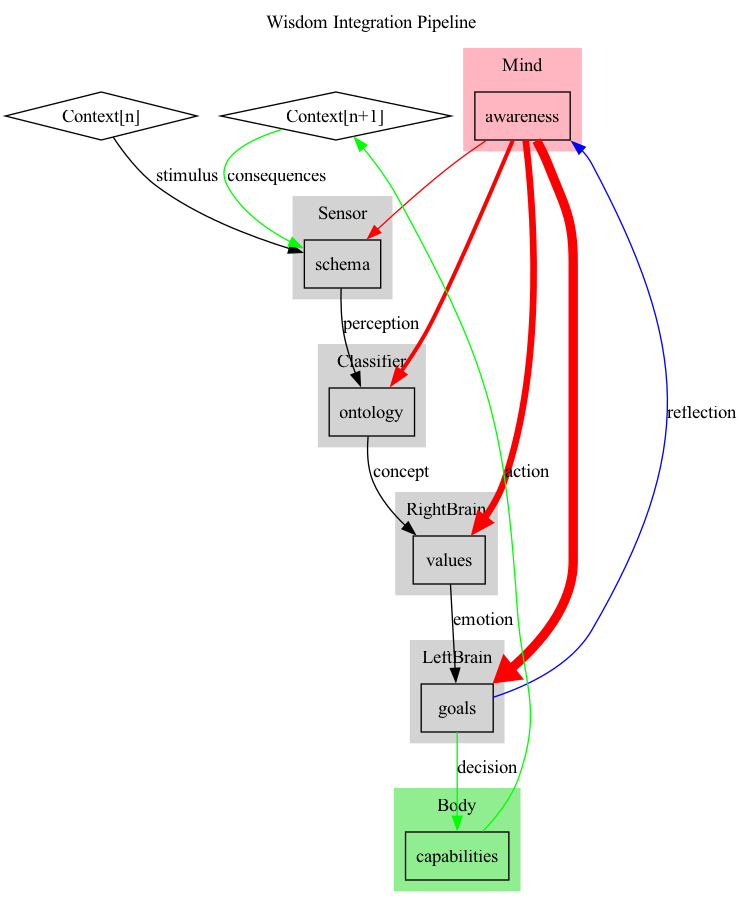
Above: doc/wisdom/wisdom.png in TheSwanFactory/hclang (Graphviz), before the change. Its source is kept beside it as doc/wisdom/wisdom.DOT. The source it was exported from:
```dot
digraph WisdomIntegrationPipeline {

    label="Wisdom Integration Pipeline"; // Add a title to the graph
    labelloc="t"; // Position the label at the top

    Context_n [shape="diamond"; label="Context[n]";];
    Context_n1 [shape="diamond"; label="Context[n+1]";];

    subgraph cluster_Mind {
        label = "Mind";
        style = "filled";
        color = "lightpink";  // Different color for Mind cluster
        awareness [shape="box"];
    }

    subgraph cluster_Sensor {
        label = "Sensor";
        style = "filled";
        color = "lightgrey";
        schema [shape="box"];
    }

    subgraph cluster_Classifier {
        label = "Classifier";
        style = "filled";
        color = "lightgrey";
        ontology [shape="box"];
    }

    subgraph cluster_RightBrain {
        label = "RightBrain";
        style = "filled";
        color = "lightgrey";
        values [shape="box"];
    }

    subgraph cluster_LeftBrain {
        label = "LeftBrain";
        style = "filled";
        color = "lightgrey";
        goals [shape="box"];
    }


    subgraph cluster_Body {
        label = "Body";
        style = "filled";
        color = "lightgreen";  // Different color for Body cluster
        capabilities [shape="box"];
    }


    Context_n -> schema [label="stimulus"];
    schema -> ontology [label="perception"];
    ontology -> values [label="concept"];
    values -> goals [label="emotion"];
    goals -> capabilities [label="decision", color="green"];
    capabilities -> Context_n1 [label="action", color="green", constraint=false];
    Context_n1 -> schema [label="consequences", color="green", constraint=false];

    goals -> awareness [label="reflection", color="blue", constraint=false];
    awareness -> schema [color="red", penwidth=1];
    awareness -> ontology [color="red", penwidth=3];
    awareness -> values [color="red", penwidth=5];
    awareness -> goals [color="red", penwidth=7];
}
```
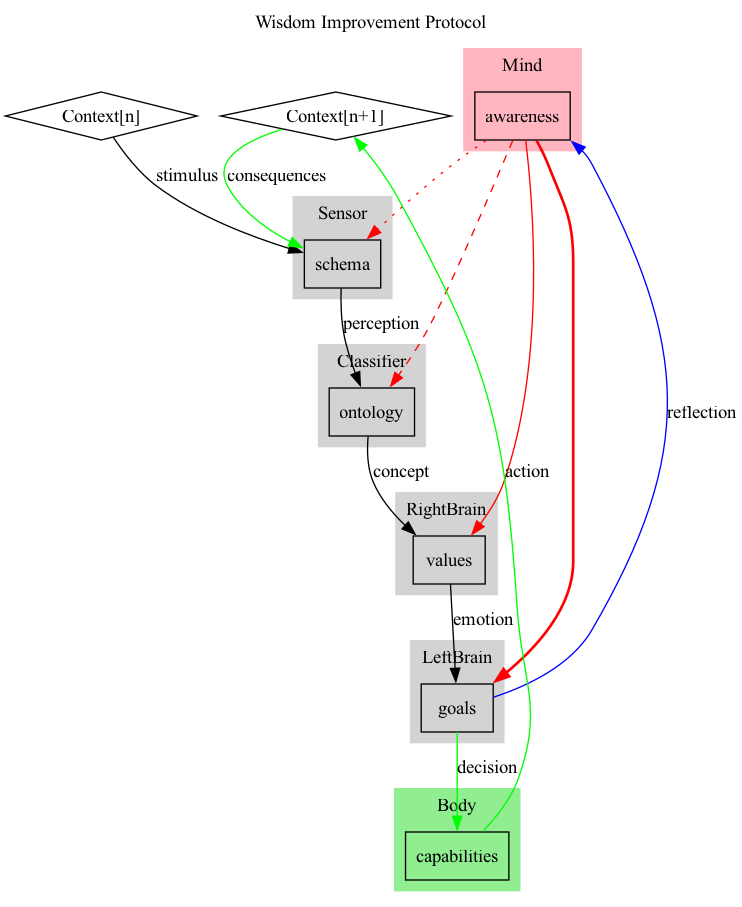
Later version of the same file.

Change to the diagram source:
```diff
@@ -1,7 +1,7 @@
-digraph WisdomIntegrationPipeline {
+digraph Wisdom {
 
-    label="Wisdom Integration Pipeline"; // Add a title to the graph
-    labelloc="t"; // Position the label at the top
+    label="Wisdom Improvement Protocol";
+    labelloc="t";
 
     Context_n [shape="diamond"; label="Context[n]";];
     Context_n1 [shape="diamond"; label="Context[n+1]";];
@@ -9,7 +9,7 @@
     subgraph cluster_Mind {
         label = "Mind";
         style = "filled";
-        color = "lightpink";  // Different color for Mind cluster
+        color = "lightpink";
         awareness [shape="box"];
     }
 
@@ -59,8 +59,9 @@
     Context_n1 -> schema [label="consequences", color="green", constraint=false];
 
     goals -> awareness [label="reflection", color="blue", constraint=false];
-    awareness -> schema [color="red", penwidth=1];
-    awareness -> ontology [color="red", penwidth=3];
-    awareness -> values [color="red", penwidth=5];
-    awareness -> goals [color="red", penwidth=7];
+    awareness -> schema [color="red", style="dotted"];
+    awareness -> ontology [color="red", style="dashed"];
+    awareness -> values [color="red", style="solid"];
+    awareness -> goals [color="red", style="bold"];
+
 }
```
